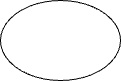
Before: Ejercicios_for/Flujogramas/Ejercicio4_Flujograma.drawio.png, a diagram exported from draw.io (juanjo-guerra/FDP_Tarea). Source tidied: cells renumbered, new cells last; positions are measured from the earlier drawing's top-left corner, leaving out a move shared by most shapes.
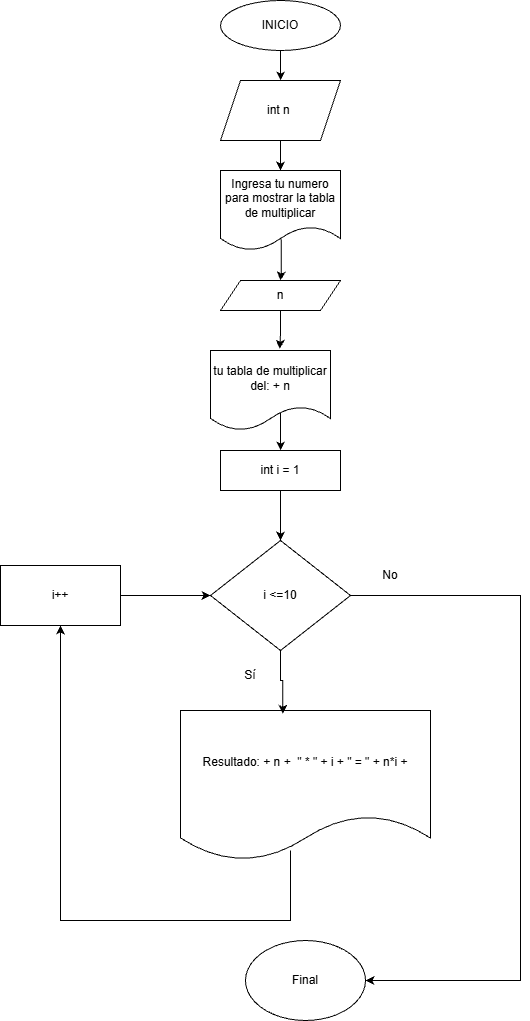
Above is the later version.

Diff of the diagram source:
```diff
@@ -2,8 +2,85 @@
   <root>
     <mxCell id="0" />
     <mxCell id="1" parent="0" />
+    <mxCell id="3" style="edgeStyle=orthogonalEdgeStyle;rounded=0;jettySize=auto;html=1;" parent="1" edge="1" source="2" target="5">
+      <mxGeometry relative="1" as="geometry" />
+    </mxCell>
-    <mxCell id="2" style="ellipse;whiteSpace=wrap;html=1;" parent="1" vertex="1">
-      <mxGeometry width="120" height="80" as="geometry" />
+    <mxCell id="2" value="INICIO" style="ellipse;whiteSpace=wrap;html=1;" parent="1" vertex="1">
+      <mxGeometry width="120" height="50" as="geometry" />
     </mxCell>
+    <mxCell id="4" style="edgeStyle=orthogonalEdgeStyle;rounded=0;jettySize=auto;html=1;entryX=0.5;entryY=0;entryDx=0;entryDy=0;" parent="1" edge="1" source="5" target="7">
+      <mxGeometry relative="1" as="geometry" />
+    </mxCell>
+    <mxCell id="5" value="int n&amp;nbsp;" style="shape=parallelogram;perimeter=parallelogramPerimeter;whiteSpace=wrap;html=1;fixedSize=1;" parent="1" vertex="1">
+      <mxGeometry y="80" width="120" height="60" as="geometry" />
+    </mxCell>
+    <mxCell id="6" style="edgeStyle=orthogonalEdgeStyle;rounded=0;jettySize=auto;html=1;entryX=0.5;entryY=0;entryDx=0;entryDy=0;exitX=0.507;exitY=0.858;exitDx=0;exitDy=0;exitPerimeter=0;" parent="1" edge="1" source="7" target="8">
+      <mxGeometry relative="1" as="geometry" />
+    </mxCell>
+    <mxCell id="7" value="Ingresa tu numero para mostrar la tabla de multiplicar" style="shape=document;whiteSpace=wrap;html=1;boundedLbl=1;" parent="1" vertex="1">
+      <mxGeometry y="170" width="120" height="80" as="geometry" />
+    </mxCell>
+    <mxCell id="8" value="n" style="shape=parallelogram;perimeter=parallelogramPerimeter;whiteSpace=wrap;html=1;fixedSize=1;" parent="1" vertex="1">
+      <mxGeometry y="280" width="120" height="30" as="geometry" />
+    </mxCell>
+    <mxCell id="9" style="edgeStyle=orthogonalEdgeStyle;rounded=0;jettySize=auto;html=1;" parent="1" edge="1" source="10" target="12">
+      <mxGeometry relative="1" as="geometry" />
+    </mxCell>
+    <mxCell id="10" value="int i = 1" style="rounded=0;whiteSpace=wrap;html=1;" parent="1" vertex="1">
+      <mxGeometry y="450" width="120" height="40" as="geometry" />
+    </mxCell>
+    <mxCell id="11" style="edgeStyle=orthogonalEdgeStyle;rounded=0;jettySize=auto;html=1;entryX=1;entryY=0.5;entryDx=0;entryDy=0;exitX=1;exitY=0.5;exitDx=0;exitDy=0;" parent="1" edge="1" source="12" target="18">
+      <mxGeometry relative="1" as="geometry">
+        <Array as="points">
+          <mxPoint x="300" y="595" />
+          <mxPoint x="300" y="980" />
+        </Array>
+      </mxGeometry>
+    </mxCell>
+    <mxCell id="12" value="i &amp;lt;=10" style="rhombus;whiteSpace=wrap;html=1;" parent="1" vertex="1">
+      <mxGeometry x="-10" y="540" width="140" height="110" as="geometry" />
+    </mxCell>
+    <mxCell id="13" style="edgeStyle=orthogonalEdgeStyle;rounded=0;jettySize=auto;html=1;exitX=0.619;exitY=0.712;exitDx=0;exitDy=0;exitPerimeter=0;" parent="1" edge="1" source="14" target="10">
+      <mxGeometry relative="1" as="geometry">
+        <Array as="points">
+          <mxPoint x="60" y="387" />
+        </Array>
+      </mxGeometry>
+    </mxCell>
+    <mxCell id="14" value="tu tabla de multiplicar del: + n" style="shape=document;whiteSpace=wrap;html=1;boundedLbl=1;" parent="1" vertex="1">
+      <mxGeometry x="-10" y="350" width="120" height="80" as="geometry" />
+    </mxCell>
+    <mxCell id="15" value="Resultado: + n +&amp;nbsp; &quot; * &quot; + i + &quot; = &quot; + n*i +" style="shape=document;whiteSpace=wrap;html=1;boundedLbl=1;" parent="1" vertex="1">
+      <mxGeometry x="-40" y="710" width="250" height="150" as="geometry" />
+    </mxCell>
+    <mxCell id="16" style="edgeStyle=orthogonalEdgeStyle;rounded=0;jettySize=auto;html=1;entryX=0;entryY=0.5;entryDx=0;entryDy=0;" parent="1" edge="1" source="17" target="12">
+      <mxGeometry relative="1" as="geometry" />
+    </mxCell>
+    <mxCell id="17" value="i++" style="rounded=0;whiteSpace=wrap;html=1;" parent="1" vertex="1">
+      <mxGeometry x="-220" y="565" width="120" height="60" as="geometry" />
+    </mxCell>
+    <mxCell id="18" value="Final" style="ellipse;whiteSpace=wrap;html=1;" parent="1" vertex="1">
+      <mxGeometry x="25" y="940" width="120" height="80" as="geometry" />
+    </mxCell>
+    <mxCell id="19" style="edgeStyle=orthogonalEdgeStyle;rounded=0;jettySize=auto;html=1;entryX=0.578;entryY=-0.021;entryDx=0;entryDy=0;entryPerimeter=0;" parent="1" edge="1" source="8" target="14">
+      <mxGeometry relative="1" as="geometry" />
+    </mxCell>
+    <mxCell id="20" style="edgeStyle=orthogonalEdgeStyle;rounded=0;jettySize=auto;html=1;entryX=0.409;entryY=0.022;entryDx=0;entryDy=0;entryPerimeter=0;" parent="1" edge="1" source="12" target="15">
+      <mxGeometry relative="1" as="geometry" />
+    </mxCell>
+    <mxCell id="21" style="endArrow=classic;html=1;rounded=0;exitX=0.44;exitY=0.933;exitDx=0;exitDy=0;exitPerimeter=0;entryX=0.5;entryY=1;entryDx=0;entryDy=0;" parent="1" edge="1" source="15" target="17">
+      <mxGeometry relative="1" as="geometry">
+        <Array as="points">
+          <mxPoint x="70" y="920" />
+          <mxPoint x="-160" y="920" />
+        </Array>
+      </mxGeometry>
+    </mxCell>
+    <mxCell id="22" value="Sí" style="text;html=1;whiteSpace=wrap;strokeColor=none;fillColor=none;align=center;verticalAlign=middle;rounded=0;" parent="1" vertex="1">
+      <mxGeometry y="660" width="60" height="30" as="geometry" />
+    </mxCell>
+    <mxCell id="23" value="No" style="text;html=1;whiteSpace=wrap;strokeColor=none;fillColor=none;align=center;verticalAlign=middle;rounded=0;" parent="1" vertex="1">
+      <mxGeometry x="140" y="560" width="60" height="30" as="geometry" />
+    </mxCell>
   </root>
 </mxGraphModel>
```
